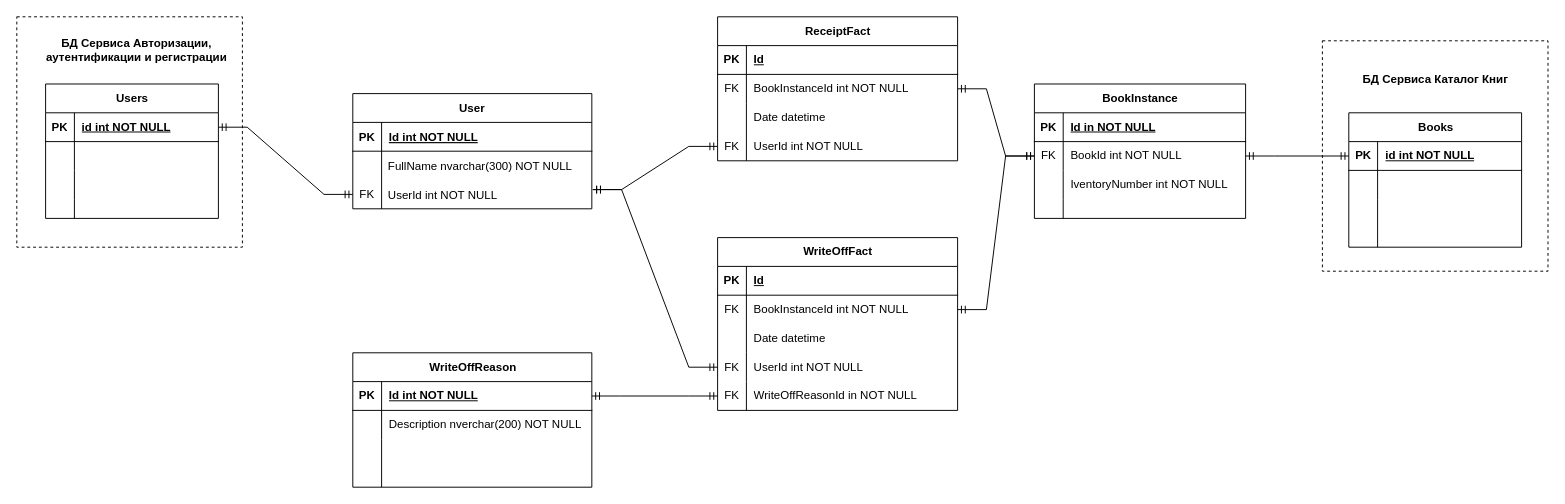
Earlier version of the draw.io diagram Docs/ER-диаграмма БД сервиса ReceiptWriteOff.drawio (SakhalinNovosibirskTomsk/ReceiptWriteOff). Source tidied: cells renumbered, new cells numbered last; positions are measured from the earlier drawing's top-left corner, leaving out a move shared by most shapes. Both pictures are drawn from the tidied source at 96%, with x=0, y=0 at pixel (16, 16).
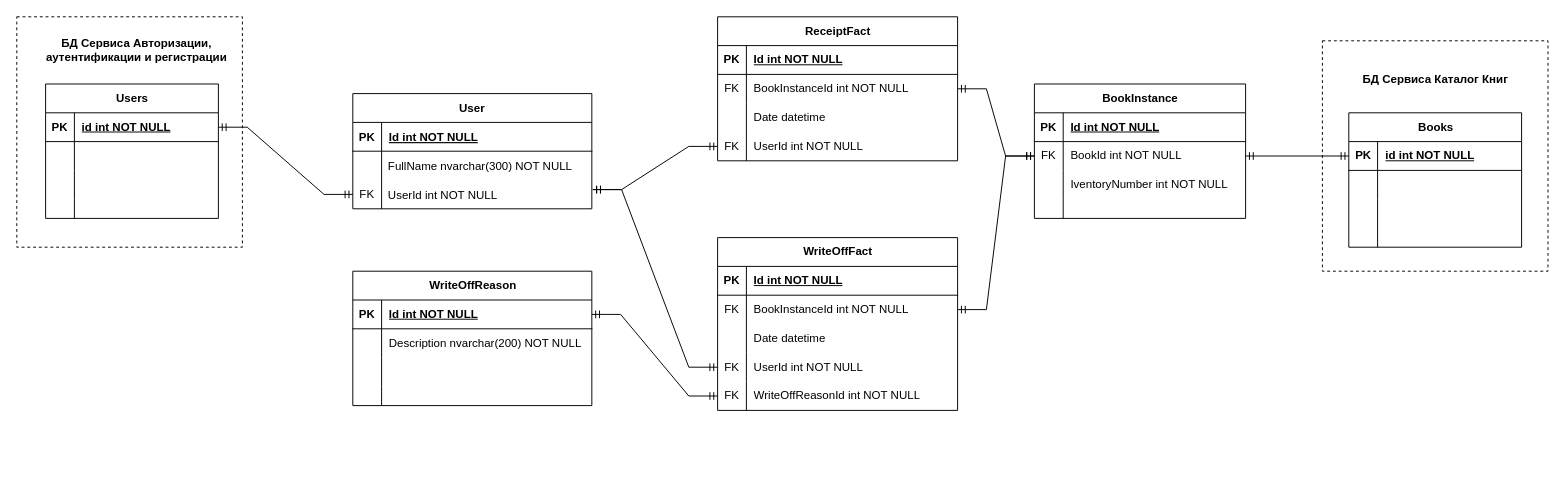
The same diagram, later.

The change refers to these unchanged cells:
```xml
<mxCell id="29" style="shape=tableRow;horizontal=0;startSize=0;swimlaneHead=0;swimlaneBody=0;fillColor=none;top=0;left=0;right=0;bottom=1;" parent="28" vertex="1">
  <mxGeometry y="30" width="220" height="30" as="geometry" />
</mxCell>
<mxCell id="58" style="shape=tableRow;horizontal=0;startSize=0;swimlaneHead=0;swimlaneBody=0;fillColor=none;top=0;left=0;right=0;bottom=1;" parent="57" vertex="1">
  <mxGeometry y="30" width="250" height="30" as="geometry" />
</mxCell>
<mxCell id="73" style="shape=tableRow;horizontal=0;startSize=0;swimlaneHead=0;swimlaneBody=0;fillColor=none;top=0;left=0;right=0;bottom=1;" parent="72" vertex="1">
  <mxGeometry y="30" width="250" height="30" as="geometry" />
</mxCell>
<mxCell id="85" style="shape=tableRow;horizontal=0;startSize=0;swimlaneHead=0;swimlaneBody=0;fillColor=none;points=[[0,0.5],[1,0.5]];portConstraint=eastwest;top=0;left=0;right=0;bottom=0;" parent="72" vertex="1">
  <mxGeometry y="150" width="250" height="30" as="geometry" />
</mxCell>
<mxCell id="94" style="shape=tableRow;horizontal=0;startSize=0;swimlaneHead=0;swimlaneBody=0;fillColor=none;top=0;left=0;right=0;bottom=0;" parent="90" vertex="1">
  <mxGeometry y="60" width="249" height="30" as="geometry" />
</mxCell>
```

What changed in the source:
```diff
@@
-    <mxCell id="31" value="Id in NOT NULL" style="shape=partialRectangle;fillColor=none;top=0;left=0;bottom=0;right=0;align=left;spacingLeft=6;fontStyle=5;overflow=hidden;whiteSpace=wrap;html=1;" parent="29" vertex="1">
+    <mxCell id="31" value="Id int NOT NULL" style="shape=partialRectangle;fillColor=none;top=0;left=0;bottom=0;right=0;align=left;spacingLeft=6;fontStyle=5;overflow=hidden;whiteSpace=wrap;html=1;" parent="29" vertex="1">
       <mxGeometry x="30" width="190" height="30" as="geometry" />
     </mxCell>
@@
-    <mxCell id="60" value="Id" style="shape=partialRectangle;fillColor=none;top=0;left=0;bottom=0;right=0;align=left;spacingLeft=6;fontStyle=5;overflow=hidden;whiteSpace=wrap;html=1;" parent="58" vertex="1">
+    <mxCell id="60" value="Id int NOT NULL" style="shape=partialRectangle;fillColor=none;top=0;left=0;bottom=0;right=0;align=left;spacingLeft=6;fontStyle=5;overflow=hidden;whiteSpace=wrap;html=1;" parent="58" vertex="1">
       <mxGeometry x="30" width="220" height="30" as="geometry" />
     </mxCell>
@@
-    <mxCell id="75" value="Id" style="shape=partialRectangle;fillColor=none;top=0;left=0;bottom=0;right=0;align=left;spacingLeft=6;fontStyle=5;overflow=hidden;whiteSpace=wrap;html=1;" parent="73" vertex="1">
+    <mxCell id="75" value="Id int NOT NULL" style="shape=partialRectangle;fillColor=none;top=0;left=0;bottom=0;right=0;align=left;spacingLeft=6;fontStyle=5;overflow=hidden;whiteSpace=wrap;html=1;" parent="73" vertex="1">
       <mxGeometry x="30" width="220" height="30" as="geometry" />
     </mxCell>
@@
-    <mxCell id="87" value="WriteOffReasonId in NOT NULL" style="shape=partialRectangle;fillColor=none;top=0;left=0;bottom=0;right=0;align=left;spacingLeft=6;overflow=hidden;whiteSpace=wrap;html=1;" parent="85" vertex="1">
+    <mxCell id="87" value="WriteOffReasonId int NOT NULL" style="shape=partialRectangle;fillColor=none;top=0;left=0;bottom=0;right=0;align=left;spacingLeft=6;overflow=hidden;whiteSpace=wrap;html=1;" parent="85" vertex="1">
       <mxGeometry x="30" width="220" height="30" as="geometry" />
     </mxCell>
@@
     <mxCell id="90" value="WriteOffReason" style="shape=table;startSize=30;childLayout=tableLayout;rowLines=0;fontStyle=1;align=center;html=1;" parent="1" vertex="1">
-      <mxGeometry x="350" y="350" width="249" height="140" as="geometry" />
+      <mxGeometry x="350" y="265" width="249" height="140" as="geometry" />
     </mxCell>
@@
-    <mxCell id="96" value="Description nverchar(200) NOT NULL" style="shape=partialRectangle;fillColor=none;top=0;left=0;bottom=0;right=0;align=left;spacingLeft=6;overflow=hidden;whiteSpace=wrap;html=1;" parent="94" vertex="1">
+    <mxCell id="96" value="Description nvarchar(200) NOT NULL" style="shape=partialRectangle;fillColor=none;top=0;left=0;bottom=0;right=0;align=left;spacingLeft=6;overflow=hidden;whiteSpace=wrap;html=1;" parent="94" vertex="1">
       <mxGeometry x="30" width="219" height="30" as="geometry" />
     </mxCell>
```
